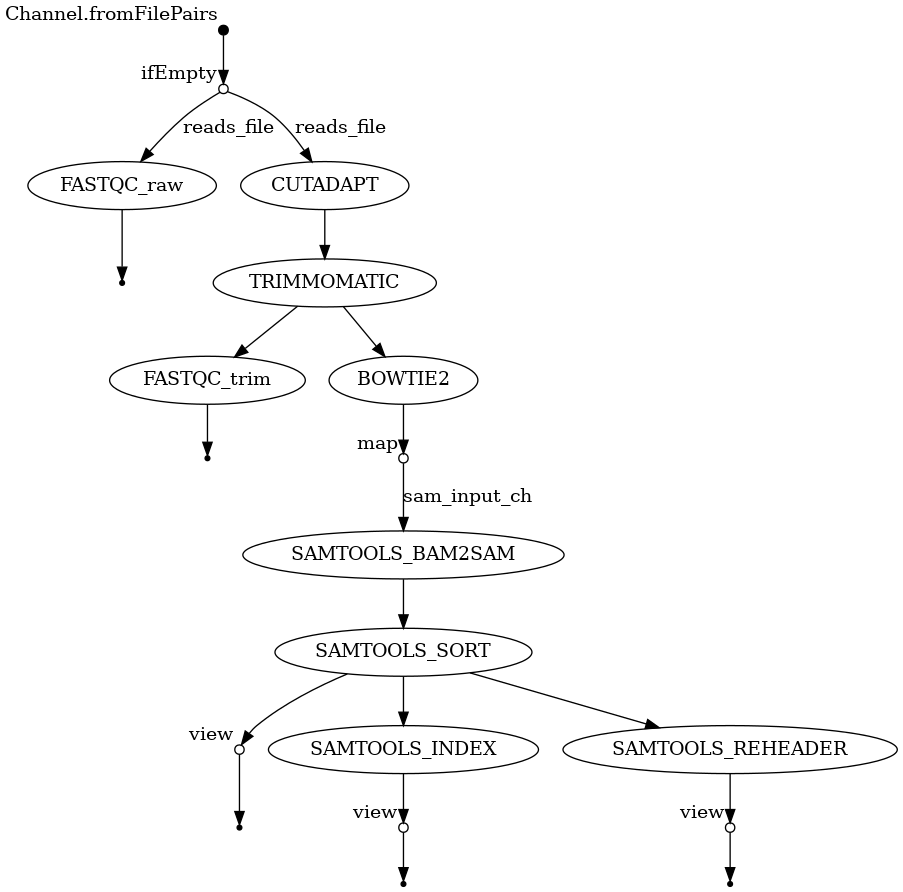
Above: flow.png in bridlin/WGS_metagenomic_nextflow (Graphviz), before the change. Its source is kept beside it as flow.dot.
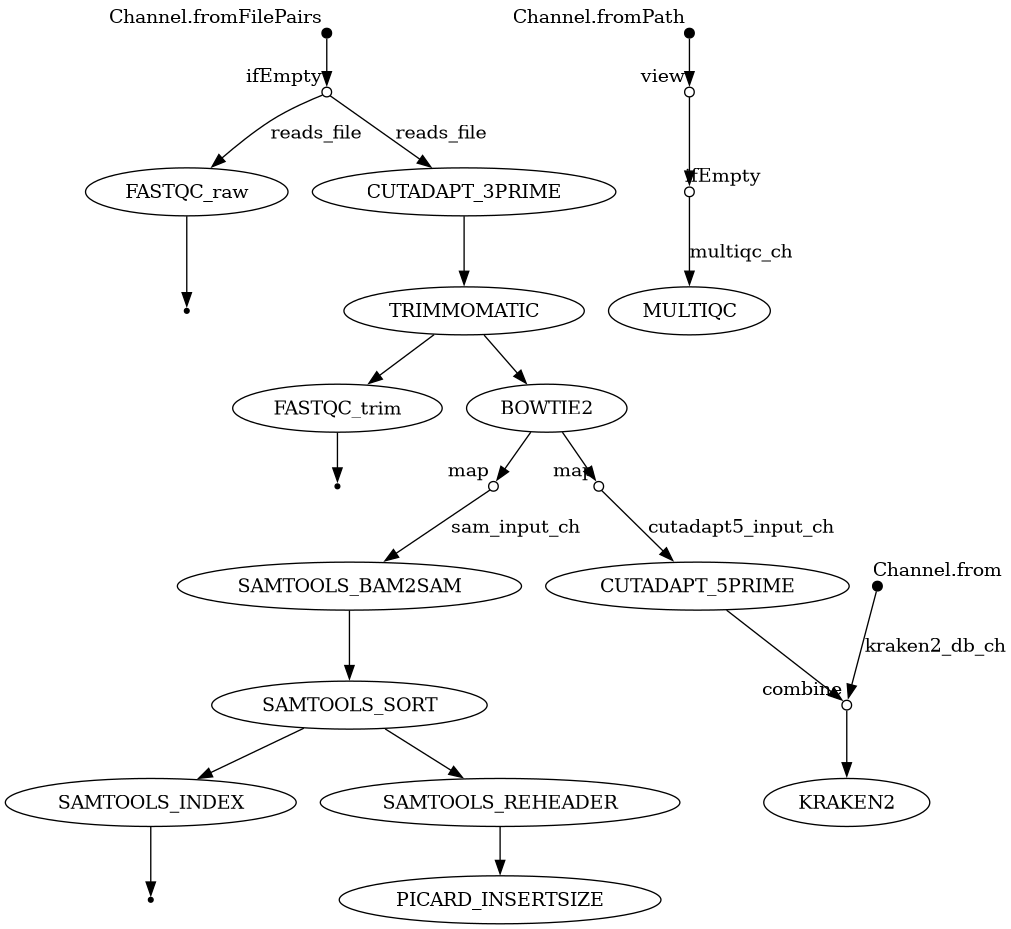
After the commit.

Change to the diagram source:
```diff
@@ -4,59 +4,91 @@
 v0 -> v1;
 
 v1 [shape=circle,label="",fixedsize=true,width=0.1,xlabel="ifEmpty"];
-v2 [shape=circle,label="",fixedsize=true,width=0.1,xlabel="view"];
+v2 [label="FASTQC_raw"];
 v1 -> v2 [label="reads_file"];
 
-v2 [shape=circle,label="",fixedsize=true,width=0.1,xlabel="view"];
+v2 [label="FASTQC_raw"];
 v3 [shape=point];
 v2 -> v3;
 
 v1 [shape=circle,label="",fixedsize=true,width=0.1,xlabel="ifEmpty"];
-v4 [label="FASTQC_raw"];
+v4 [label="CUTADAPT_3PRIME"];
 v1 -> v4 [label="reads_file"];
 
-v4 [label="FASTQC_raw"];
-v5 [shape=point];
+v4 [label="CUTADAPT_3PRIME"];
+v5 [label="TRIMMOMATIC"];
 v4 -> v5;
 
-v1 [shape=circle,label="",fixedsize=true,width=0.1,xlabel="ifEmpty"];
-v6 [label="CUTADAPT"];
-v1 -> v6 [label="reads_file"];
+v5 [label="TRIMMOMATIC"];
+v6 [label="FASTQC_trim"];
+v5 -> v6;
 
-v6 [label="CUTADAPT"];
-v7 [label="TRIMMOMATIC"];
+v6 [label="FASTQC_trim"];
+v7 [shape=point];
 v6 -> v7;
 
-v7 [label="TRIMMOMATIC"];
-v8 [shape=circle,label="",fixedsize=true,width=0.1,xlabel="groupTuple"];
-v7 -> v8;
+v5 [label="TRIMMOMATIC"];
+v8 [label="BOWTIE2"];
+v5 -> v8;
 
-v8 [shape=circle,label="",fixedsize=true,width=0.1,xlabel="groupTuple"];
-v9 [shape=circle,label="",fixedsize=true,width=0.1,xlabel="view"];
+v8 [label="BOWTIE2"];
+v9 [shape=circle,label="",fixedsize=true,width=0.1,xlabel="map"];
 v8 -> v9;
 
-v9 [shape=circle,label="",fixedsize=true,width=0.1,xlabel="view"];
-v10 [shape=point];
-v9 -> v10;
+v9 [shape=circle,label="",fixedsize=true,width=0.1,xlabel="map"];
+v10 [label="SAMTOOLS_BAM2SAM"];
+v9 -> v10 [label="sam_input_ch"];
 
-v7 [label="TRIMMOMATIC"];
-v11 [label="FASTQC_trim"];
-v7 -> v11;
+v10 [label="SAMTOOLS_BAM2SAM"];
+v11 [label="SAMTOOLS_SORT"];
+v10 -> v11;
 
-v11 [label="FASTQC_trim"];
-v12 [shape=point];
+v11 [label="SAMTOOLS_SORT"];
+v12 [label="SAMTOOLS_INDEX"];
 v11 -> v12;
 
-v7 [label="TRIMMOMATIC"];
-v13 [label="BOWTIE2"];
-v7 -> v13;
+v12 [label="SAMTOOLS_INDEX"];
+v13 [shape=point];
+v12 -> v13;
 
-v13 [label="BOWTIE2"];
-v14 [shape=circle,label="",fixedsize=true,width=0.1,xlabel="view"];
-v13 -> v14;
+v11 [label="SAMTOOLS_SORT"];
+v14 [label="SAMTOOLS_REHEADER"];
+v11 -> v14;
 
-v14 [shape=circle,label="",fixedsize=true,width=0.1,xlabel="view"];
-v15 [shape=point];
+v14 [label="SAMTOOLS_REHEADER"];
+v15 [label="PICARD_INSERTSIZE"];
 v14 -> v15;
 
+v8 [label="BOWTIE2"];
+v16 [shape=circle,label="",fixedsize=true,width=0.1,xlabel="map"];
+v8 -> v16;
+
+v16 [shape=circle,label="",fixedsize=true,width=0.1,xlabel="map"];
+v17 [label="CUTADAPT_5PRIME"];
+v16 -> v17 [label="cutadapt5_input_ch"];
+
+v17 [label="CUTADAPT_5PRIME"];
+v19 [shape=circle,label="",fixedsize=true,width=0.1,xlabel="combine"];
+v17 -> v19;
+
+v18 [shape=point,label="",fixedsize=true,width=0.1,xlabel="Channel.from"];
+v19 [shape=circle,label="",fixedsize=true,width=0.1,xlabel="combine"];
+v18 -> v19 [label="kraken2_db_ch"];
+
+v19 [shape=circle,label="",fixedsize=true,width=0.1,xlabel="combine"];
+v20 [label="KRAKEN2"];
+v19 -> v20;
+
+v21 [shape=point,label="",fixedsize=true,width=0.1,xlabel="Channel.fromPath"];
+v22 [shape=circle,label="",fixedsize=true,width=0.1,xlabel="view"];
+v21 -> v22;
+
+v22 [shape=circle,label="",fixedsize=true,width=0.1,xlabel="view"];
+v23 [shape=circle,label="",fixedsize=true,width=0.1,xlabel="ifEmpty"];
+v22 -> v23;
+
+v23 [shape=circle,label="",fixedsize=true,width=0.1,xlabel="ifEmpty"];
+v24 [label="MULTIQC"];
+v23 -> v24 [label="multiqc_ch"];
+
 }
```
